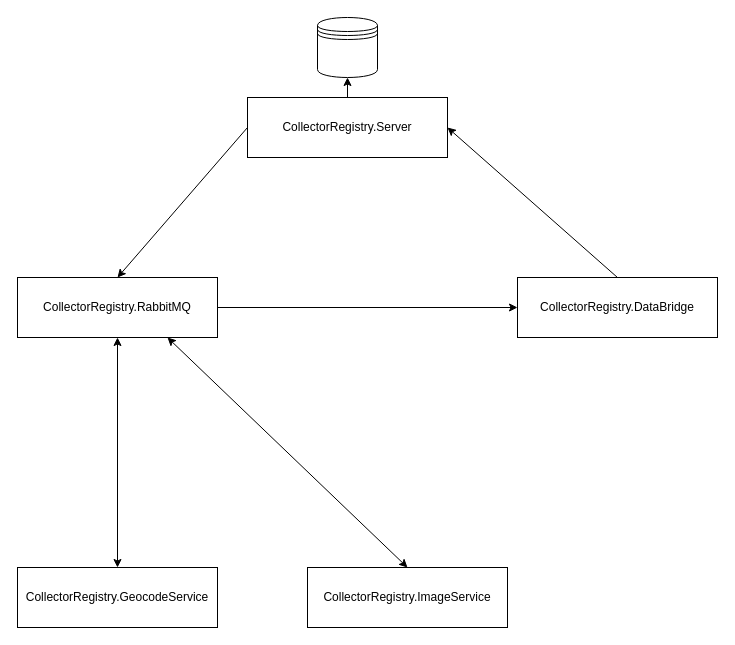
Earlier version of the draw.io diagram doc/Architecture.drawio (srenner/CollectorRegistry). Source tidied: cells renumbered, new cells numbered last; positions are measured from the earlier drawing's top-left corner, leaving out a move shared by most shapes. Both pictures are drawn from the tidied source at 100%, with x=0, y=0 at pixel (17, 17).
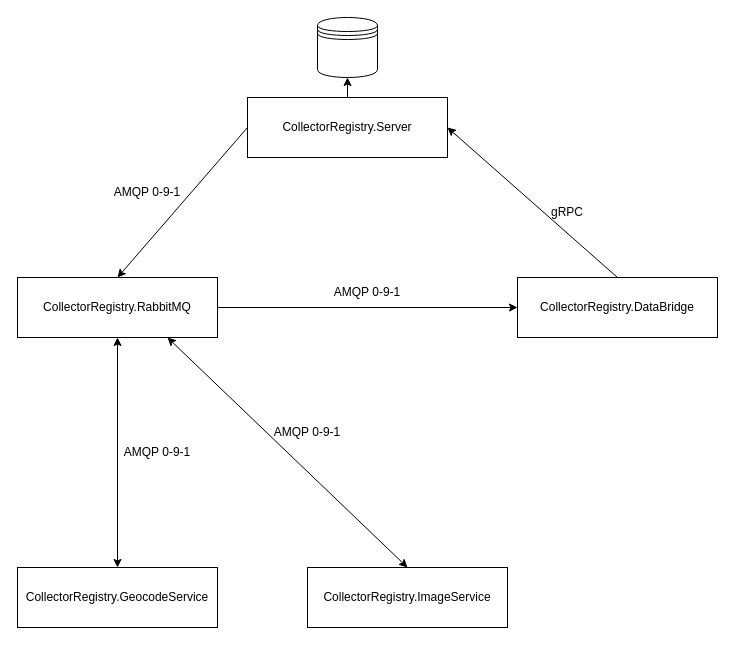
Above is the later version.

Change to the diagram source:
```diff
@@
 <mxGraphModel>
   <root>
     <mxCell id="0" />
     <mxCell id="1" parent="0" />
     <mxCell id="2" value="CollectorRegistry.Server" style="rounded=0;whiteSpace=wrap;html=1;" parent="1" vertex="1">
       <mxGeometry x="230" y="80" width="200" height="60" as="geometry" />
     </mxCell>
     <mxCell id="3" style="shape=datastore;whiteSpace=wrap;html=1;" parent="1" vertex="1">
       <mxGeometry x="300" width="60" height="60" as="geometry" />
     </mxCell>
     <mxCell id="4" value="CollectorRegistry.RabbitMQ" style="rounded=0;whiteSpace=wrap;html=1;" parent="1" vertex="1">
       <mxGeometry y="260" width="200" height="60" as="geometry" />
     </mxCell>
     <mxCell id="5" value="CollectorRegistry.GeocodeService" style="rounded=0;whiteSpace=wrap;html=1;" parent="1" vertex="1">
       <mxGeometry y="550" width="200" height="60" as="geometry" />
     </mxCell>
     <mxCell id="6" value="CollectorRegistry.DataBridge" style="rounded=0;whiteSpace=wrap;html=1;" parent="1" vertex="1">
       <mxGeometry x="500" y="260" width="200" height="60" as="geometry" />
     </mxCell>
     <mxCell id="7" style="endArrow=classic;startArrow=classic;html=1;rounded=0;exitX=0.5;exitY=0;exitDx=0;exitDy=0;entryX=0.5;entryY=1;entryDx=0;entryDy=0;" parent="1" edge="1" source="5" target="4">
       <mxGeometry relative="1" as="geometry" />
     </mxCell>
     <mxCell id="8" style="endArrow=classic;html=1;rounded=0;exitX=1;exitY=0.5;exitDx=0;exitDy=0;entryX=0;entryY=0.5;entryDx=0;entryDy=0;" parent="1" edge="1" source="4" target="6">
       <mxGeometry relative="1" as="geometry" />
     </mxCell>
     <mxCell id="9" style="endArrow=classic;html=1;rounded=0;exitX=0.5;exitY=0;exitDx=0;exitDy=0;entryX=1;entryY=0.5;entryDx=0;entryDy=0;" parent="1" edge="1" source="6" target="2">
       <mxGeometry relative="1" as="geometry" />
     </mxCell>
     <mxCell id="10" style="endArrow=classic;html=1;rounded=0;exitX=0;exitY=0.5;exitDx=0;exitDy=0;entryX=0.5;entryY=0;entryDx=0;entryDy=0;" parent="1" edge="1" source="2" target="4">
       <mxGeometry relative="1" as="geometry" />
     </mxCell>
     <mxCell id="11" style="endArrow=classic;html=1;rounded=0;exitX=0.5;exitY=0;exitDx=0;exitDy=0;entryX=0.5;entryY=1;entryDx=0;entryDy=0;" parent="1" edge="1" source="2" target="3">
       <mxGeometry relative="1" as="geometry" />
     </mxCell>
     <mxCell id="12" value="CollectorRegistry.ImageService" style="rounded=0;whiteSpace=wrap;html=1;" parent="1" vertex="1">
       <mxGeometry x="290" y="550" width="200" height="60" as="geometry" />
     </mxCell>
     <mxCell id="13" style="endArrow=classic;startArrow=classic;html=1;rounded=0;entryX=0.5;entryY=0;entryDx=0;entryDy=0;exitX=0.75;exitY=1;exitDx=0;exitDy=0;" parent="1" edge="1" source="4" target="12">
       <mxGeometry relative="1" as="geometry" />
     </mxCell>
+    <mxCell id="14" value="AMQP 0-9-1" style="text;html=1;strokeColor=none;fillColor=none;align=center;verticalAlign=middle;whiteSpace=wrap;rounded=0;" parent="1" vertex="1">
+      <mxGeometry x="80" y="160" width="100" height="30" as="geometry" />
+    </mxCell>
+    <mxCell id="15" value="gRPC" style="text;html=1;strokeColor=none;fillColor=none;align=center;verticalAlign=middle;whiteSpace=wrap;rounded=0;" parent="1" vertex="1">
+      <mxGeometry x="520" y="180" width="60" height="30" as="geometry" />
+    </mxCell>
+    <mxCell id="16" value="AMQP 0-9-1" style="text;html=1;strokeColor=none;fillColor=none;align=center;verticalAlign=middle;whiteSpace=wrap;rounded=0;" parent="1" vertex="1">
+      <mxGeometry x="300" y="260" width="100" height="30" as="geometry" />
+    </mxCell>
+    <mxCell id="17" value="AMQP 0-9-1" style="text;html=1;strokeColor=none;fillColor=none;align=center;verticalAlign=middle;whiteSpace=wrap;rounded=0;" parent="1" vertex="1">
+      <mxGeometry x="240" y="400" width="100" height="30" as="geometry" />
+    </mxCell>
+    <mxCell id="18" value="AMQP 0-9-1" style="text;html=1;strokeColor=none;fillColor=none;align=center;verticalAlign=middle;whiteSpace=wrap;rounded=0;" parent="1" vertex="1">
+      <mxGeometry x="90" y="420" width="100" height="30" as="geometry" />
+    </mxCell>
   </root>
 </mxGraphModel>
```
